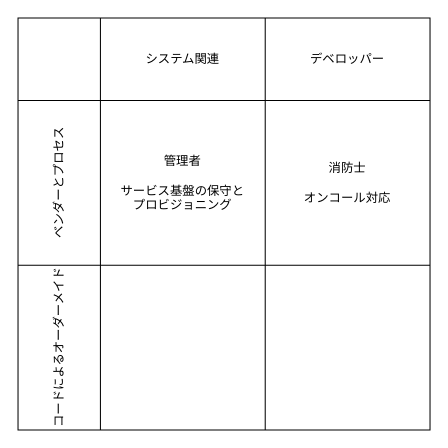
This is page "figure" (9 of 9) of map.drawio from cyokozai/k8sLB, a draw.io file, before an edit. Source tidied: cells renumbered, new cells numbered last; positions are measured from the earlier drawing's top-left corner, leaving out a move shared by most shapes. Both pictures are drawn from the tidied source at 103%, with x=0, y=0 at pixel (18, 18).
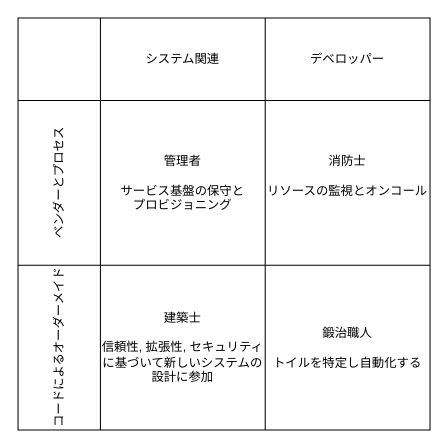
The same page after the edit.

Commit message:
Update map.drawio with revised figure descriptions

Change to the diagram source:
```diff
@@
 <mxGraphModel>
   <root>
     <mxCell id="0" />
     <mxCell id="1" parent="0" />
     <mxCell id="2" style="shape=table;startSize=0;childLayout=tableLayout;" parent="1" vertex="1">
       <mxGeometry width="400" height="400" as="geometry" />
     </mxCell>
     <mxCell id="3" style="shape=tableRow;horizontal=0;startSize=0;swimlaneHead=0;swimlaneBody=0;strokeColor=inherit;top=0;left=0;bottom=0;right=0;fillColor=none;" parent="2" vertex="1">
       <mxGeometry width="400" height="80" as="geometry" />
     </mxCell>
     <mxCell id="4" style="shape=partialRectangle;html=1;whiteSpace=wrap;strokeColor=inherit;overflow=hidden;fillColor=none;top=0;left=0;bottom=0;right=0;" parent="3" vertex="1">
       <mxGeometry width="80" height="80" as="geometry" />
     </mxCell>
     <mxCell id="5" value="システム関連" style="shape=partialRectangle;html=1;whiteSpace=wrap;strokeColor=inherit;overflow=hidden;fillColor=none;top=0;left=0;bottom=0;right=0;" parent="3" vertex="1">
       <mxGeometry x="80" width="160" height="80" as="geometry" />
     </mxCell>
     <mxCell id="6" value="デベロッパー" style="shape=partialRectangle;html=1;whiteSpace=wrap;strokeColor=inherit;overflow=hidden;fillColor=none;top=0;left=0;bottom=0;right=0;" parent="3" vertex="1">
       <mxGeometry x="240" width="160" height="80" as="geometry" />
     </mxCell>
     <mxCell id="7" style="shape=tableRow;horizontal=0;startSize=0;swimlaneHead=0;swimlaneBody=0;strokeColor=inherit;top=0;left=0;bottom=0;right=0;fillColor=none;" parent="2" vertex="1">
       <mxGeometry y="80" width="400" height="160" as="geometry" />
     </mxCell>
     <mxCell id="8" value="ベンダーとプロセス" style="shape=partialRectangle;html=1;whiteSpace=wrap;strokeColor=inherit;overflow=hidden;fillColor=none;top=0;left=0;bottom=0;right=0;horizontal=0;" parent="7" vertex="1">
       <mxGeometry width="80" height="160" as="geometry" />
     </mxCell>
     <mxCell id="9" value="管理者&lt;div&gt;&lt;br&gt;&lt;/div&gt;&lt;div&gt;サービス基盤の保守と&lt;/div&gt;&lt;div&gt;プロビジョニング&lt;/div&gt;" style="shape=partialRectangle;html=1;whiteSpace=wrap;strokeColor=inherit;overflow=hidden;fillColor=none;top=0;left=0;bottom=0;right=0;" parent="7" vertex="1">
       <mxGeometry x="80" width="160" height="160" as="geometry" />
     </mxCell>
-    <mxCell id="10" value="消防士&lt;div&gt;&lt;br&gt;&lt;div&gt;オンコール対応&lt;/div&gt;&lt;/div&gt;" style="shape=partialRectangle;html=1;whiteSpace=wrap;strokeColor=inherit;overflow=hidden;fillColor=none;top=0;left=0;bottom=0;right=0;" parent="7" vertex="1">
+    <mxCell id="10" value="消防士&lt;div&gt;&lt;br&gt;&lt;div&gt;リソースの監視とオンコール&lt;/div&gt;&lt;/div&gt;&lt;div&gt;&lt;br&gt;&lt;/div&gt;" style="shape=partialRectangle;html=1;whiteSpace=wrap;strokeColor=inherit;overflow=hidden;fillColor=none;top=0;left=0;bottom=0;right=0;" parent="7" vertex="1">
       <mxGeometry x="240" width="160" height="160" as="geometry" />
     </mxCell>
     <mxCell id="11" style="shape=tableRow;horizontal=0;startSize=0;swimlaneHead=0;swimlaneBody=0;strokeColor=inherit;top=0;left=0;bottom=0;right=0;fillColor=none;" parent="2" vertex="1">
       <mxGeometry y="240" width="400" height="160" as="geometry" />
     </mxCell>
     <mxCell id="12" value="コードによるオーダーメイド" style="shape=partialRectangle;html=1;whiteSpace=wrap;strokeColor=inherit;overflow=hidden;fillColor=none;top=0;left=0;bottom=0;right=0;horizontal=0;" parent="11" vertex="1">
       <mxGeometry width="80" height="160" as="geometry" />
     </mxCell>
-    <mxCell id="13" style="shape=partialRectangle;html=1;whiteSpace=wrap;strokeColor=inherit;overflow=hidden;fillColor=none;top=0;left=0;bottom=0;right=0;" parent="11" vertex="1">
+    <mxCell id="13" value="建築士&lt;br&gt;&lt;br&gt;信頼性, 拡張性, セキュリティに基づいて新しいシステムの設計に参加" style="shape=partialRectangle;html=1;whiteSpace=wrap;strokeColor=inherit;overflow=hidden;fillColor=none;top=0;left=0;bottom=0;right=0;" parent="11" vertex="1">
       <mxGeometry x="80" width="160" height="160" as="geometry" />
     </mxCell>
-    <mxCell id="14" style="shape=partialRectangle;html=1;whiteSpace=wrap;strokeColor=inherit;overflow=hidden;fillColor=none;top=0;left=0;bottom=0;right=0;" parent="11" vertex="1">
+    <mxCell id="14" value="鍛治職人&lt;br&gt;&lt;br&gt;トイルを特定し自動化する&lt;br&gt;" style="shape=partialRectangle;html=1;whiteSpace=wrap;strokeColor=inherit;overflow=hidden;fillColor=none;top=0;left=0;bottom=0;right=0;" parent="11" vertex="1">
       <mxGeometry x="240" width="160" height="160" as="geometry" />
     </mxCell>
   </root>
 </mxGraphModel>
```
